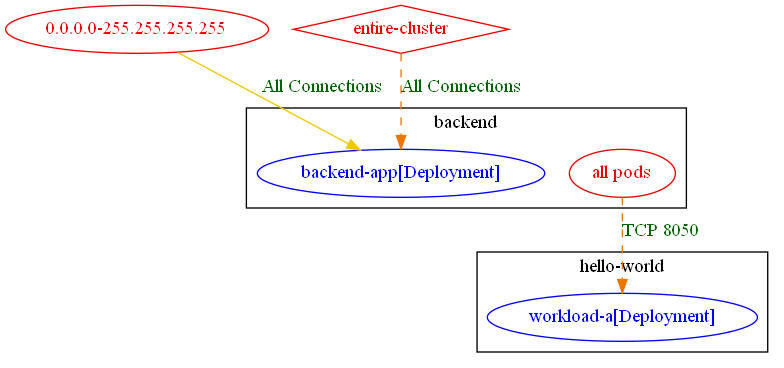
This is test_outputs/connlist/exposure_test_to_namespace_except_specific_pod_exposure_output.dot.png from np-guard/netpol-analyzer, a Graphviz export, as it was before one commit. Its source is kept beside it as test_outputs/connlist/exposure_test_to_namespace_except_specific_pod_exposure_output.dot.
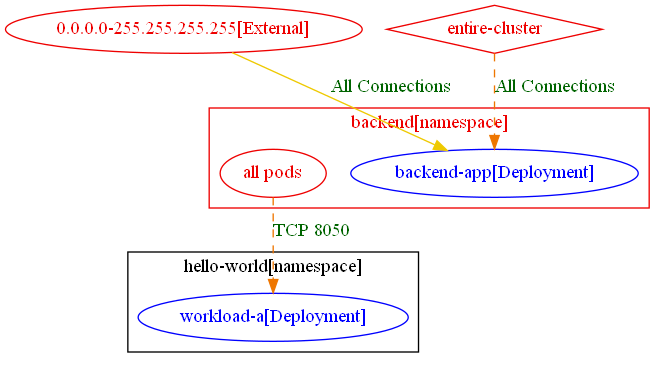
Later version of the same file.

Diff of the diagram source:
```diff
@@ -1,20 +1,25 @@
 digraph {
-	subgraph "cluster_backend" {
+	subgraph "cluster_backend[namespace]" {
 		color="black"
 		fontcolor="black"
-		"all pods_in_backend" [label="all pods" color="red2" fontcolor="red2"]
 		"backend/backend-app[Deployment]" [label="backend-app[Deployment]" color="blue" fontcolor="blue"]
-		label="backend"
+		label="backend[namespace]"
 	}
-	subgraph "cluster_hello_world" {
+	subgraph "cluster_hello_world[namespace]" {
 		color="black"
 		fontcolor="black"
 		"hello-world/workload-a[Deployment]" [label="workload-a[Deployment]" color="blue" fontcolor="blue"]
-		label="hello-world"
+		label="hello-world[namespace]"
 	}
-	"0.0.0.0-255.255.255.255" [label="0.0.0.0-255.255.255.255" color="red2" fontcolor="red2"]
+	subgraph "cluster_backend[namespace]" {
+		color="red2"
+		fontcolor="red2"
+		"all pods_in_backend" [label="all pods" color="red2" fontcolor="red2"]
+		label="backend[namespace]"
+	}
+	"0.0.0.0-255.255.255.255[External]" [label="0.0.0.0-255.255.255.255[External]" color="red2" fontcolor="red2"]
 	"entire-cluster" [label="entire-cluster" color="red2" fontcolor="red2" shape=diamond]
-	"0.0.0.0-255.255.255.255" -> "backend/backend-app[Deployment]" [label="All Connections" color="gold2" fontcolor="darkgreen" weight=0.5]
+	"0.0.0.0-255.255.255.255[External]" -> "backend/backend-app[Deployment]" [label="All Connections" color="gold2" fontcolor="darkgreen" weight=0.5]
 	"all pods_in_backend" -> "hello-world/workload-a[Deployment]" [label="TCP 8050" color="darkorange2" fontcolor="darkgreen" weight=1 style=dashed]
 	"entire-cluster" -> "backend/backend-app[Deployment]" [label="All Connections" color="darkorange2" fontcolor="darkgreen" weight=1 style=dashed]
 }
```
